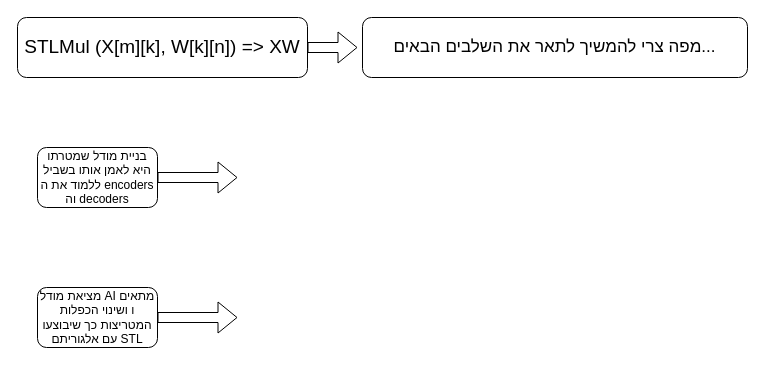
NechemiaR/my-STL-project keeps this draw.io diagram as hld.drawio. Above is the earlier version. Source tidied: cells renumbered, new cells numbered last; positions are measured from the earlier drawing's top-left corner, leaving out a move shared by most shapes. Both pictures are drawn from the tidied source at 100%, with x=0, y=0 at pixel (17, 17).
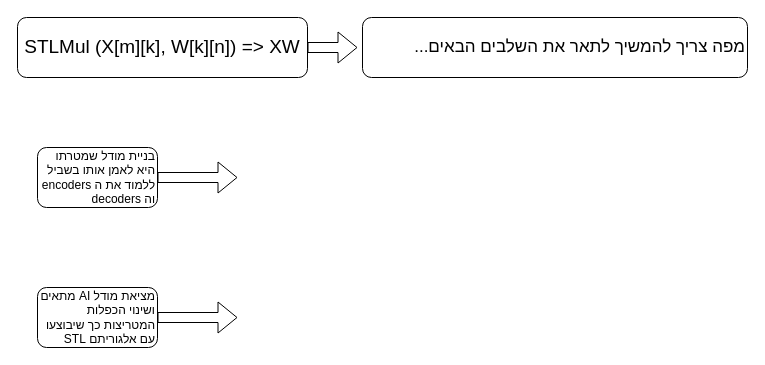
The same page after the edit.

Commit message:
Enhance Hebrew text alignment in hld.drawio

Updated Hebrew text boxes to support RTL and right alignment.

Diff of the diagram source:
```diff
@@
 <mxGraphModel>
   <root>
     <mxCell id="0" />
     <mxCell id="1" parent="0" />
     <mxCell id="2" value="&lt;font style=&quot;font-size: 19px;&quot;&gt;STLMul (X[m][k], W[k][n]) =&amp;gt; XW&lt;/font&gt;" style="rounded=1;whiteSpace=wrap;html=1;strokeWidth=1;" parent="1" vertex="1">
       <mxGeometry width="290" height="60" as="geometry" />
     </mxCell>
-    <mxCell id="3" value="&lt;font style=&quot;font-size: 17px;&quot;&gt;מפה צרי להמשיך לתאר את השלבים הבאים...&lt;/font&gt;" style="rounded=1;whiteSpace=wrap;html=1;" parent="1" vertex="1">
+    <mxCell id="3" value="&lt;div dir=&quot;rtl&quot; style=&quot;text-align:right&quot;&gt;&lt;font style=&quot;font-size: 17px;&quot;&gt;מפה צריך להמשיך לתאר את השלבים הבאים...&lt;/font&gt;&lt;/div&gt;" style="rounded=1;whiteSpace=wrap;html=1;align=right;" parent="1" vertex="1">
       <mxGeometry x="345" width="385" height="60" as="geometry" />
     </mxCell>
     <mxCell id="4" style="shape=flexArrow;endArrow=classic;html=1;exitX=1;exitY=0.5;exitDx=0;exitDy=0;" parent="1" edge="1" source="2">
       <mxGeometry relative="1" as="geometry">
         <mxPoint x="340" y="30" as="targetPoint" />
       </mxGeometry>
     </mxCell>
-    <mxCell id="5" value="בניית מודל שמטרתו היא לאמן אותו בשביל ללמוד את ה encoders וה decoders" style="rounded=1;whiteSpace=wrap;html=1;" parent="1" vertex="1">
+    <mxCell id="5" value="&lt;div dir=&quot;rtl&quot; style=&quot;text-align:right&quot;&gt;בניית מודל שמטרתו היא לאמן אותו בשביל ללמוד את ה encoders וה decoders&lt;/div&gt;" style="rounded=1;whiteSpace=wrap;html=1;align=right;" parent="1" vertex="1">
       <mxGeometry x="20" y="130" width="120" height="60" as="geometry" />
     </mxCell>
-    <mxCell id="6" value="מציאת מודל AI מתאים ו ושינוי הכפלות המטריצות כך שיבוצעו עם אלגוריתם STL" style="rounded=1;whiteSpace=wrap;html=1;" parent="1" vertex="1">
+    <mxCell id="6" value="&lt;div dir=&quot;rtl&quot; style=&quot;text-align:right&quot;&gt;מציאת מודל AI מתאים ושינוי הכפלות המטריצות כך שיבוצעו עם אלגוריתם STL&lt;/div&gt;" style="rounded=1;whiteSpace=wrap;html=1;align=right;" parent="1" vertex="1">
       <mxGeometry x="20" y="270" width="120" height="60" as="geometry" />
     </mxCell>
     <mxCell id="7" style="shape=flexArrow;endArrow=classic;html=1;exitX=1;exitY=0.5;exitDx=0;exitDy=0;" parent="1" edge="1" source="5">
       <mxGeometry relative="1" as="geometry">
         <mxPoint x="220" y="160" as="targetPoint" />
       </mxGeometry>
     </mxCell>
     <mxCell id="8" style="shape=flexArrow;endArrow=classic;html=1;exitX=1;exitY=0.5;exitDx=0;exitDy=0;" parent="1" edge="1" source="6">
       <mxGeometry relative="1" as="geometry">
         <mxPoint x="220" y="300" as="targetPoint" />
       </mxGeometry>
     </mxCell>
   </root>
 </mxGraphModel>
```
